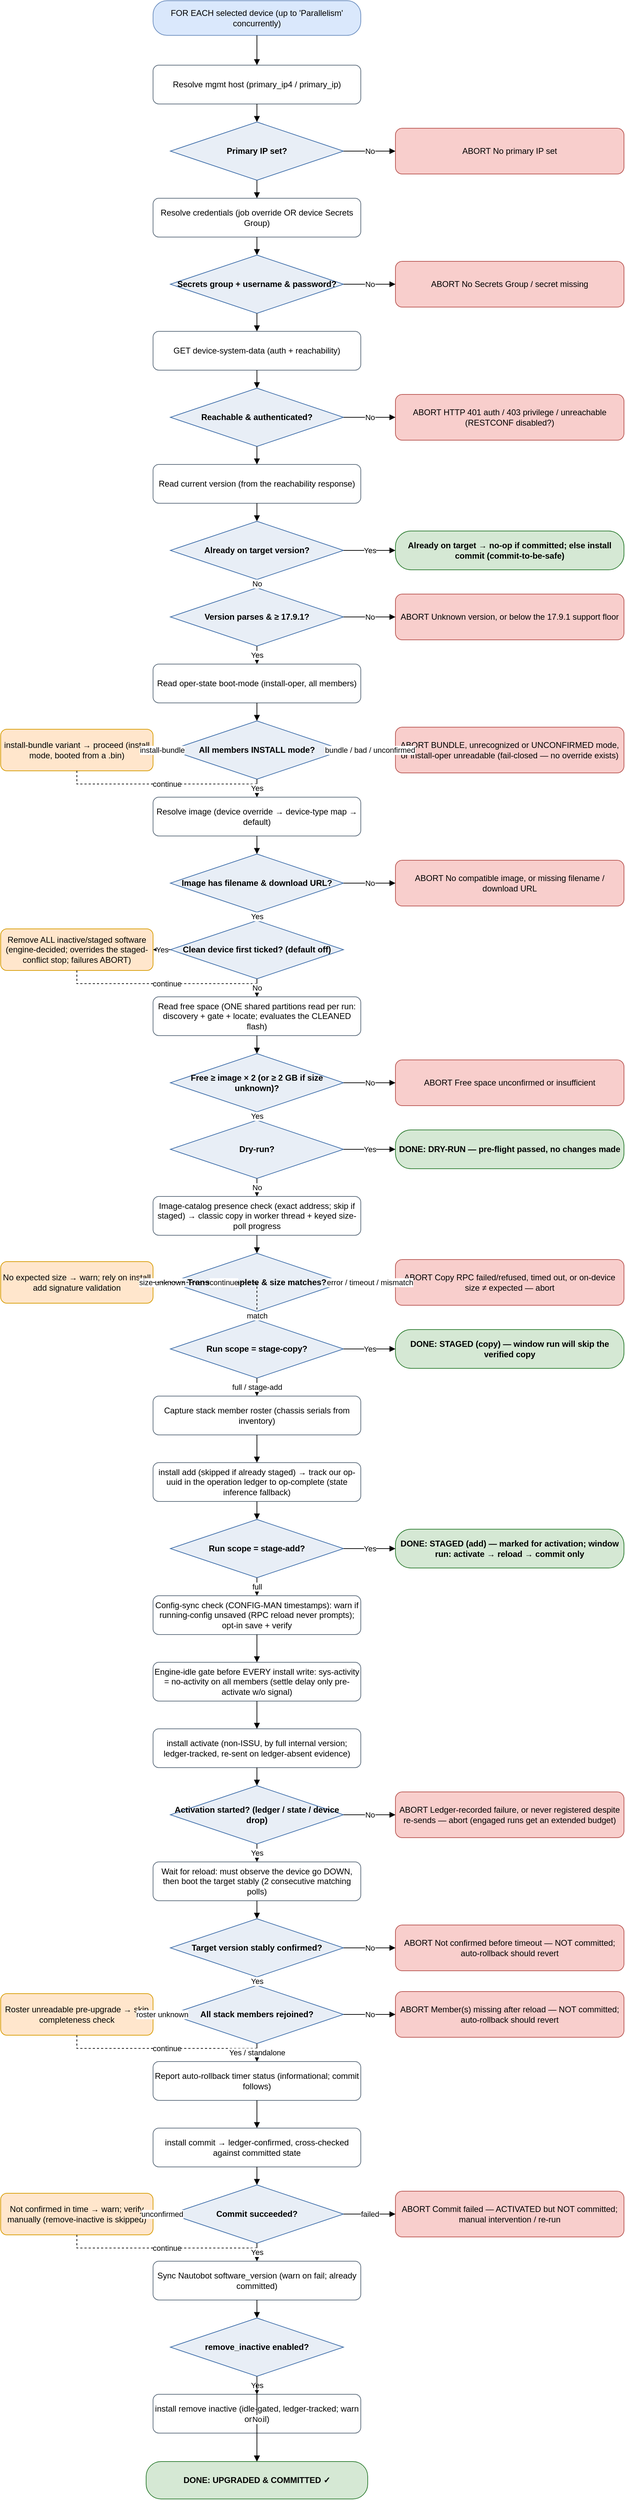
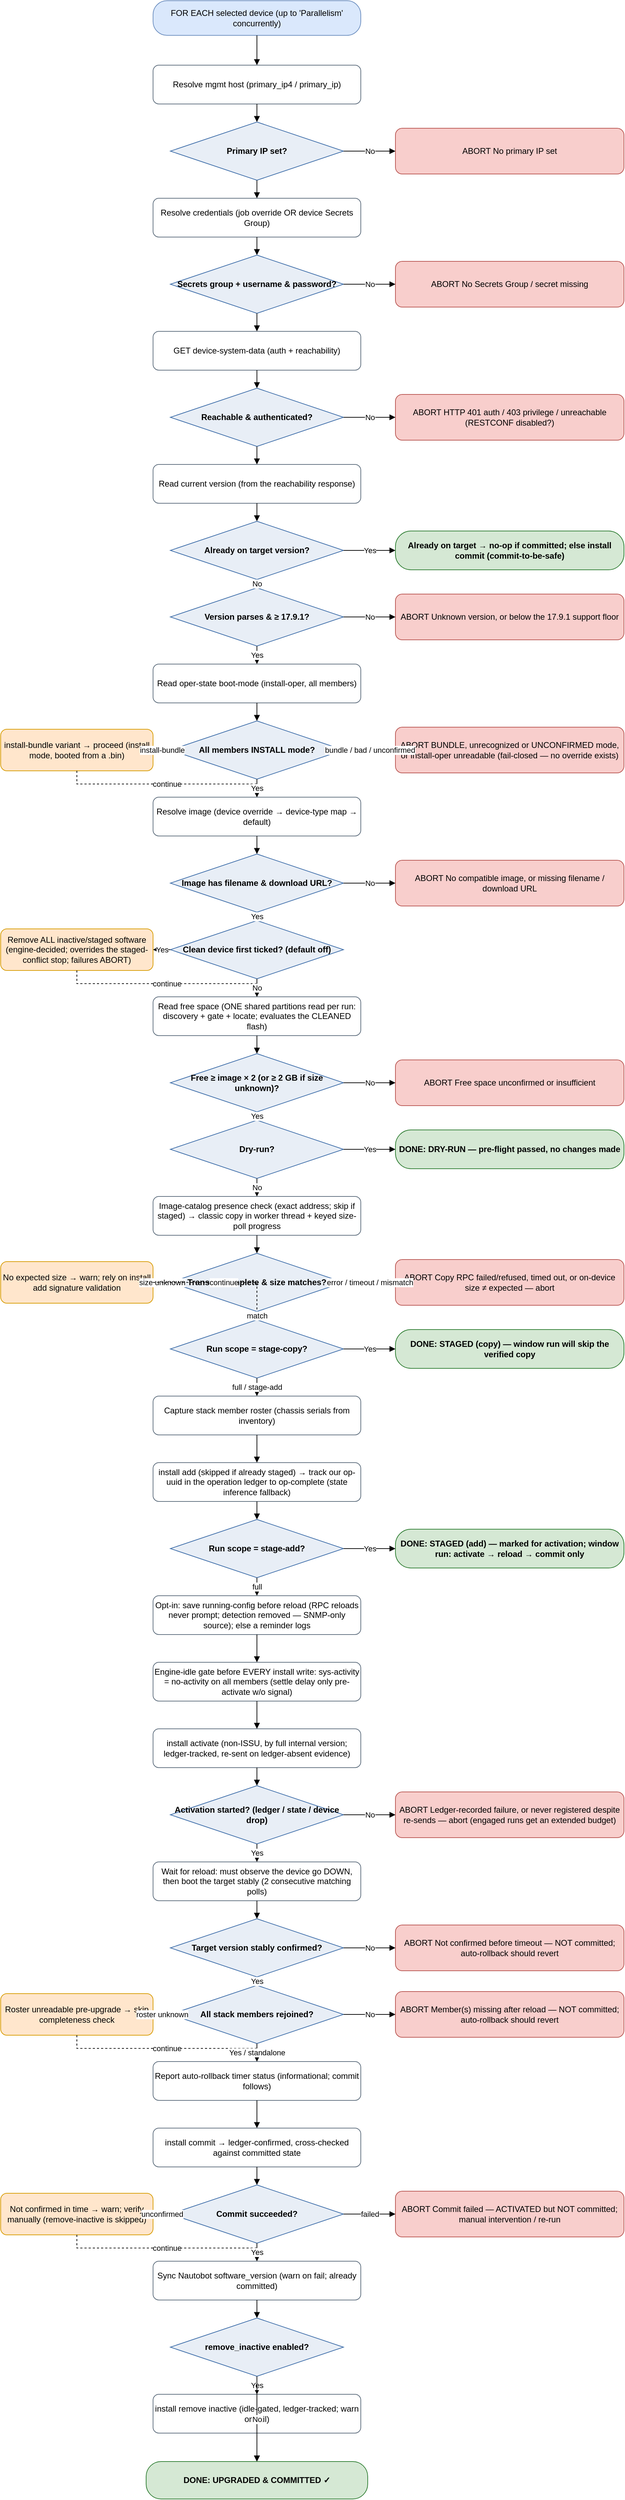
<mxfile host="app.diagrams.net" type="device">
  <diagram name="IOS-XE upgrade flow" id="iosxe-upgrade-flow">
    <mxGraphModel dx="1000" dy="2000" grid="1" gridSize="10" guides="1" tooltips="1"
        connect="1" arrows="1" fold="1" page="1" pageScale="1" math="0" shadow="0">
      <root>
        <mxCell id="0"/>
        <mxCell id="1" parent="0"/>
        <mxCell id="start" value="FOR EACH selected device&amp;#10;(up to &#x27;Parallelism&#x27; concurrently)" style="rounded=1;arcSize=40;whiteSpace=wrap;html=1;fillColor=#DAE8FC;strokeColor=#6C8EBF;" vertex="1" parent="1"><mxGeometry x="250" y="31" width="300" height="50" as="geometry"/></mxCell>
        <mxCell id="host" value="Resolve mgmt host&amp;#10;(primary_ip4 / primary_ip)" style="rounded=1;whiteSpace=wrap;html=1;fillColor=#FFFFFF;strokeColor=#5B6B7B;" vertex="1" parent="1"><mxGeometry x="250" y="124" width="300" height="56" as="geometry"/></mxCell>
        <mxCell id="d_ip" value="Primary IP set?" style="rhombus;whiteSpace=wrap;html=1;fillColor=#E8EEF6;strokeColor=#3C6CA8;fontStyle=1;" vertex="1" parent="1"><mxGeometry x="275" y="206" width="250" height="84" as="geometry"/></mxCell>
        <mxCell id="cred" value="Resolve credentials&amp;#10;(job override OR device Secrets Group)" style="rounded=1;whiteSpace=wrap;html=1;fillColor=#FFFFFF;strokeColor=#5B6B7B;" vertex="1" parent="1"><mxGeometry x="250" y="316" width="300" height="56" as="geometry"/></mxCell>
        <mxCell id="d_cred" value="Secrets group +&amp;#10;username &amp; password?" style="rhombus;whiteSpace=wrap;html=1;fillColor=#E8EEF6;strokeColor=#3C6CA8;fontStyle=1;" vertex="1" parent="1"><mxGeometry x="275" y="398" width="250" height="84" as="geometry"/></mxCell>
        <mxCell id="reach" value="GET device-system-data&amp;#10;(auth + reachability)" style="rounded=1;whiteSpace=wrap;html=1;fillColor=#FFFFFF;strokeColor=#5B6B7B;" vertex="1" parent="1"><mxGeometry x="250" y="508" width="300" height="56" as="geometry"/></mxCell>
        <mxCell id="d_reach" value="Reachable &amp;&amp;#10;authenticated?" style="rhombus;whiteSpace=wrap;html=1;fillColor=#E8EEF6;strokeColor=#3C6CA8;fontStyle=1;" vertex="1" parent="1"><mxGeometry x="275" y="590" width="250" height="84" as="geometry"/></mxCell>
        <mxCell id="curr" value="Read current version&amp;#10;(from the reachability response)" style="rounded=1;whiteSpace=wrap;html=1;fillColor=#FFFFFF;strokeColor=#5B6B7B;" vertex="1" parent="1"><mxGeometry x="250" y="700" width="300" height="56" as="geometry"/></mxCell>
        <mxCell id="d_target" value="Already on&amp;#10;target version?" style="rhombus;whiteSpace=wrap;html=1;fillColor=#E8EEF6;strokeColor=#3C6CA8;fontStyle=1;" vertex="1" parent="1"><mxGeometry x="275" y="782" width="250" height="84" as="geometry"/></mxCell>
        <mxCell id="d_floor" value="Version parses&amp;#10;&amp; ≥ 17.9.1?" style="rhombus;whiteSpace=wrap;html=1;fillColor=#E8EEF6;strokeColor=#3C6CA8;fontStyle=1;" vertex="1" parent="1"><mxGeometry x="275" y="878" width="250" height="84" as="geometry"/></mxCell>
        <mxCell id="mode" value="Read oper-state boot-mode&amp;#10;(install-oper, all members)" style="rounded=1;whiteSpace=wrap;html=1;fillColor=#FFFFFF;strokeColor=#5B6B7B;" vertex="1" parent="1"><mxGeometry x="250" y="988" width="300" height="56" as="geometry"/></mxCell>
        <mxCell id="d_mode" value="All members&amp;#10;INSTALL mode?" style="rhombus;whiteSpace=wrap;html=1;fillColor=#E8EEF6;strokeColor=#3C6CA8;fontStyle=1;" vertex="1" parent="1"><mxGeometry x="275" y="1070" width="250" height="84" as="geometry"/></mxCell>
        <mxCell id="img" value="Resolve image (device override →&amp;#10;device-type map → default)" style="rounded=1;whiteSpace=wrap;html=1;fillColor=#FFFFFF;strokeColor=#5B6B7B;" vertex="1" parent="1"><mxGeometry x="250" y="1180" width="300" height="56" as="geometry"/></mxCell>
        <mxCell id="d_img" value="Image has filename&amp;#10;&amp; download URL?" style="rhombus;whiteSpace=wrap;html=1;fillColor=#E8EEF6;strokeColor=#3C6CA8;fontStyle=1;" vertex="1" parent="1"><mxGeometry x="275" y="1262" width="250" height="84" as="geometry"/></mxCell>
        <mxCell id="d_clean" value="Clean device first&amp;#10;ticked? (default off)" style="rhombus;whiteSpace=wrap;html=1;fillColor=#E8EEF6;strokeColor=#3C6CA8;fontStyle=1;" vertex="1" parent="1"><mxGeometry x="275" y="1358" width="250" height="84" as="geometry"/></mxCell>
        <mxCell id="space" value="Read free space (ONE shared partitions&amp;#10;read per run: discovery + gate + locate;&amp;#10;evaluates the CLEANED flash)" style="rounded=1;whiteSpace=wrap;html=1;fillColor=#FFFFFF;strokeColor=#5B6B7B;" vertex="1" parent="1"><mxGeometry x="250" y="1468" width="300" height="56" as="geometry"/></mxCell>
        <mxCell id="d_space" value="Free ≥ image × 2&amp;#10;(or ≥ 2 GB if size unknown)?" style="rhombus;whiteSpace=wrap;html=1;fillColor=#E8EEF6;strokeColor=#3C6CA8;fontStyle=1;" vertex="1" parent="1"><mxGeometry x="275" y="1550" width="250" height="84" as="geometry"/></mxCell>
        <mxCell id="d_dry" value="Dry-run?" style="rhombus;whiteSpace=wrap;html=1;fillColor=#E8EEF6;strokeColor=#3C6CA8;fontStyle=1;" vertex="1" parent="1"><mxGeometry x="275" y="1646" width="250" height="84" as="geometry"/></mxCell>
        <mxCell id="copy" value="Image-catalog presence check (exact address;&amp;#10;skip if staged) → classic copy in worker&amp;#10;thread + keyed size-poll progress" style="rounded=1;whiteSpace=wrap;html=1;fillColor=#FFFFFF;strokeColor=#5B6B7B;" vertex="1" parent="1"><mxGeometry x="250" y="1756" width="300" height="56" as="geometry"/></mxCell>
        <mxCell id="d_size" value="Transfer complete&amp;#10;&amp; size matches?" style="rhombus;whiteSpace=wrap;html=1;fillColor=#E8EEF6;strokeColor=#3C6CA8;fontStyle=1;" vertex="1" parent="1"><mxGeometry x="275" y="1838" width="250" height="84" as="geometry"/></mxCell>
        <mxCell id="d_stagecopy" value="Run scope =&amp;#10;stage-copy?" style="rhombus;whiteSpace=wrap;html=1;fillColor=#E8EEF6;strokeColor=#3C6CA8;fontStyle=1;" vertex="1" parent="1"><mxGeometry x="275" y="1934" width="250" height="84" as="geometry"/></mxCell>
        <mxCell id="roster" value="Capture stack member roster&amp;#10;(chassis serials from inventory)" style="rounded=1;whiteSpace=wrap;html=1;fillColor=#FFFFFF;strokeColor=#5B6B7B;" vertex="1" parent="1"><mxGeometry x="250" y="2044" width="300" height="56" as="geometry"/></mxCell>
        <mxCell id="add" value="install add (skipped if already staged) →&amp;#10;track our op-uuid in the operation ledger&amp;#10;to op-complete (state inference fallback)" style="rounded=1;whiteSpace=wrap;html=1;fillColor=#FFFFFF;strokeColor=#5B6B7B;" vertex="1" parent="1"><mxGeometry x="250" y="2140" width="300" height="56" as="geometry"/></mxCell>
        <mxCell id="d_stageadd" value="Run scope =&amp;#10;stage-add?" style="rhombus;whiteSpace=wrap;html=1;fillColor=#E8EEF6;strokeColor=#3C6CA8;fontStyle=1;" vertex="1" parent="1"><mxGeometry x="275" y="2222" width="250" height="84" as="geometry"/></mxCell>
-         <mxCell id="cfgsync" value="Config-sync check (CONFIG-MAN timestamps):&amp;#10;warn if running-config unsaved (RPC reload&amp;#10;never prompts); opt-in save + verify" style="rounded=1;whiteSpace=wrap;html=1;fillColor=#FFFFFF;strokeColor=#5B6B7B;" vertex="1" parent="1"><mxGeometry x="250" y="2332" width="300" height="56" as="geometry"/></mxCell>
+         <mxCell id="cfgsync" value="Opt-in: save running-config before reload&amp;#10;(RPC reloads never prompt; detection removed&amp;#10;— SNMP-only source); else a reminder logs" style="rounded=1;whiteSpace=wrap;html=1;fillColor=#FFFFFF;strokeColor=#5B6B7B;" vertex="1" parent="1"><mxGeometry x="250" y="2332" width="300" height="56" as="geometry"/></mxCell>
        <mxCell id="idle" value="Engine-idle gate before EVERY install write:&amp;#10;sys-activity = no-activity on all members&amp;#10;(settle delay only pre-activate w/o signal)" style="rounded=1;whiteSpace=wrap;html=1;fillColor=#FFFFFF;strokeColor=#5B6B7B;" vertex="1" parent="1"><mxGeometry x="250" y="2428" width="300" height="56" as="geometry"/></mxCell>
        <mxCell id="act" value="install activate (non-ISSU, by full internal&amp;#10;version; ledger-tracked,&amp;#10;re-sent on ledger-absent evidence)" style="rounded=1;whiteSpace=wrap;html=1;fillColor=#FFFFFF;strokeColor=#5B6B7B;" vertex="1" parent="1"><mxGeometry x="250" y="2524" width="300" height="56" as="geometry"/></mxCell>
        <mxCell id="d_act" value="Activation started?&amp;#10;(ledger / state / device drop)" style="rhombus;whiteSpace=wrap;html=1;fillColor=#E8EEF6;strokeColor=#3C6CA8;fontStyle=1;" vertex="1" parent="1"><mxGeometry x="275" y="2606" width="250" height="84" as="geometry"/></mxCell>
        <mxCell id="waitc" value="Wait for reload: must observe the device&amp;#10;go DOWN, then boot the target stably&amp;#10;(2 consecutive matching polls)" style="rounded=1;whiteSpace=wrap;html=1;fillColor=#FFFFFF;strokeColor=#5B6B7B;" vertex="1" parent="1"><mxGeometry x="250" y="2716" width="300" height="56" as="geometry"/></mxCell>
        <mxCell id="d_confirm" value="Target version&amp;#10;stably confirmed?" style="rhombus;whiteSpace=wrap;html=1;fillColor=#E8EEF6;strokeColor=#3C6CA8;fontStyle=1;" vertex="1" parent="1"><mxGeometry x="275" y="2798" width="250" height="84" as="geometry"/></mxCell>
        <mxCell id="d_members" value="All stack members&amp;#10;rejoined?" style="rhombus;whiteSpace=wrap;html=1;fillColor=#E8EEF6;strokeColor=#3C6CA8;fontStyle=1;" vertex="1" parent="1"><mxGeometry x="275" y="2894" width="250" height="84" as="geometry"/></mxCell>
        <mxCell id="rollbackchk" value="Report auto-rollback timer status&amp;#10;(informational; commit follows)" style="rounded=1;whiteSpace=wrap;html=1;fillColor=#FFFFFF;strokeColor=#5B6B7B;" vertex="1" parent="1"><mxGeometry x="250" y="3004" width="300" height="56" as="geometry"/></mxCell>
        <mxCell id="commit" value="install commit → ledger-confirmed,&amp;#10;cross-checked against committed state" style="rounded=1;whiteSpace=wrap;html=1;fillColor=#FFFFFF;strokeColor=#5B6B7B;" vertex="1" parent="1"><mxGeometry x="250" y="3100" width="300" height="56" as="geometry"/></mxCell>
        <mxCell id="d_commit" value="Commit&amp;#10;succeeded?" style="rhombus;whiteSpace=wrap;html=1;fillColor=#E8EEF6;strokeColor=#3C6CA8;fontStyle=1;" vertex="1" parent="1"><mxGeometry x="275" y="3182" width="250" height="84" as="geometry"/></mxCell>
        <mxCell id="sync" value="Sync Nautobot software_version&amp;#10;(warn on fail; already committed)" style="rounded=1;whiteSpace=wrap;html=1;fillColor=#FFFFFF;strokeColor=#5B6B7B;" vertex="1" parent="1"><mxGeometry x="250" y="3292" width="300" height="56" as="geometry"/></mxCell>
        <mxCell id="d_remove" value="remove_inactive&amp;#10;enabled?" style="rhombus;whiteSpace=wrap;html=1;fillColor=#E8EEF6;strokeColor=#3C6CA8;fontStyle=1;" vertex="1" parent="1"><mxGeometry x="275" y="3374" width="250" height="84" as="geometry"/></mxCell>
        <mxCell id="remove" value="install remove inactive (idle-gated,&amp;#10;ledger-tracked; warn on fail)" style="rounded=1;whiteSpace=wrap;html=1;fillColor=#FFFFFF;strokeColor=#5B6B7B;" vertex="1" parent="1"><mxGeometry x="250" y="3484" width="300" height="56" as="geometry"/></mxCell>
        <mxCell id="ok" value="DONE: UPGRADED &amp; COMMITTED ✓" style="rounded=1;arcSize=40;whiteSpace=wrap;html=1;fillColor=#D5E8D4;strokeColor=#2E7D32;fontStyle=1;" vertex="1" parent="1"><mxGeometry x="240" y="3581" width="320" height="54" as="geometry"/></mxCell>
        <mxCell id="d_ip_abort" value="ABORT&amp;#10;No primary IP set" style="rounded=1;whiteSpace=wrap;html=1;fillColor=#F8CECC;strokeColor=#B85450;" vertex="1" parent="1"><mxGeometry x="600" y="215" width="330" height="66" as="geometry"/></mxCell>
        <mxCell id="d_cred_abort" value="ABORT&amp;#10;No Secrets Group / secret missing" style="rounded=1;whiteSpace=wrap;html=1;fillColor=#F8CECC;strokeColor=#B85450;" vertex="1" parent="1"><mxGeometry x="600" y="407" width="330" height="66" as="geometry"/></mxCell>
        <mxCell id="d_reach_abort" value="ABORT&amp;#10;HTTP 401 auth / 403 privilege /&amp;#10;unreachable (RESTCONF disabled?)" style="rounded=1;whiteSpace=wrap;html=1;fillColor=#F8CECC;strokeColor=#B85450;" vertex="1" parent="1"><mxGeometry x="600" y="599" width="330" height="66" as="geometry"/></mxCell>
        <mxCell id="d_target_ok" value="Already on target → no-op if committed;&amp;#10;else install commit (commit-to-be-safe)" style="rounded=1;arcSize=40;whiteSpace=wrap;html=1;fillColor=#D5E8D4;strokeColor=#2E7D32;fontStyle=1;" vertex="1" parent="1"><mxGeometry x="600" y="796" width="330" height="56" as="geometry"/></mxCell>
        <mxCell id="d_floor_abort" value="ABORT&amp;#10;Unknown version, or below the&amp;#10;17.9.1 support floor" style="rounded=1;whiteSpace=wrap;html=1;fillColor=#F8CECC;strokeColor=#B85450;" vertex="1" parent="1"><mxGeometry x="600" y="887" width="330" height="66" as="geometry"/></mxCell>
        <mxCell id="d_mode_abort" value="ABORT&amp;#10;BUNDLE, unrecognized or UNCONFIRMED&amp;#10;mode, or install-oper unreadable&amp;#10;(fail-closed — no override exists)" style="rounded=1;whiteSpace=wrap;html=1;fillColor=#F8CECC;strokeColor=#B85450;" vertex="1" parent="1"><mxGeometry x="600" y="1079" width="330" height="66" as="geometry"/></mxCell>
        <mxCell id="d_mode_warn" value="install-bundle variant → proceed&amp;#10;(install mode, booted from a .bin)" style="rounded=1;whiteSpace=wrap;html=1;fillColor=#FFE6CC;strokeColor=#D79B00;" vertex="1" parent="1"><mxGeometry x="30" y="1082" width="220" height="60" as="geometry"/></mxCell>
        <mxCell id="d_img_abort" value="ABORT&amp;#10;No compatible image, or missing&amp;#10;filename / download URL" style="rounded=1;whiteSpace=wrap;html=1;fillColor=#F8CECC;strokeColor=#B85450;" vertex="1" parent="1"><mxGeometry x="600" y="1271" width="330" height="66" as="geometry"/></mxCell>
        <mxCell id="d_clean_warn" value="Remove ALL inactive/staged software&amp;#10;(engine-decided; overrides the staged-&amp;#10;conflict stop; failures ABORT)" style="rounded=1;whiteSpace=wrap;html=1;fillColor=#FFE6CC;strokeColor=#D79B00;" vertex="1" parent="1"><mxGeometry x="30" y="1370" width="220" height="60" as="geometry"/></mxCell>
        <mxCell id="d_space_abort" value="ABORT&amp;#10;Free space unconfirmed or&amp;#10;insufficient" style="rounded=1;whiteSpace=wrap;html=1;fillColor=#F8CECC;strokeColor=#B85450;" vertex="1" parent="1"><mxGeometry x="600" y="1559" width="330" height="66" as="geometry"/></mxCell>
        <mxCell id="d_dry_ok" value="DONE: DRY-RUN — pre-flight&amp;#10;passed, no changes made" style="rounded=1;arcSize=40;whiteSpace=wrap;html=1;fillColor=#D5E8D4;strokeColor=#2E7D32;fontStyle=1;" vertex="1" parent="1"><mxGeometry x="600" y="1660" width="330" height="56" as="geometry"/></mxCell>
        <mxCell id="d_size_abort" value="ABORT&amp;#10;Copy RPC failed/refused, timed out,&amp;#10;or on-device size ≠ expected — abort" style="rounded=1;whiteSpace=wrap;html=1;fillColor=#F8CECC;strokeColor=#B85450;" vertex="1" parent="1"><mxGeometry x="600" y="1847" width="330" height="66" as="geometry"/></mxCell>
        <mxCell id="d_size_warn" value="No expected size → warn; rely on&amp;#10;install add signature validation" style="rounded=1;whiteSpace=wrap;html=1;fillColor=#FFE6CC;strokeColor=#D79B00;" vertex="1" parent="1"><mxGeometry x="30" y="1850" width="220" height="60" as="geometry"/></mxCell>
        <mxCell id="d_stagecopy_ok" value="DONE: STAGED (copy) — window run&amp;#10;will skip the verified copy" style="rounded=1;arcSize=40;whiteSpace=wrap;html=1;fillColor=#D5E8D4;strokeColor=#2E7D32;fontStyle=1;" vertex="1" parent="1"><mxGeometry x="600" y="1948" width="330" height="56" as="geometry"/></mxCell>
        <mxCell id="d_stageadd_ok" value="DONE: STAGED (add) — marked for&amp;#10;activation; window run: activate →&amp;#10;reload → commit only" style="rounded=1;arcSize=40;whiteSpace=wrap;html=1;fillColor=#D5E8D4;strokeColor=#2E7D32;fontStyle=1;" vertex="1" parent="1"><mxGeometry x="600" y="2236" width="330" height="56" as="geometry"/></mxCell>
        <mxCell id="d_act_abort" value="ABORT&amp;#10;Ledger-recorded failure, or never&amp;#10;registered despite re-sends — abort&amp;#10;(engaged runs get an extended budget)" style="rounded=1;whiteSpace=wrap;html=1;fillColor=#F8CECC;strokeColor=#B85450;" vertex="1" parent="1"><mxGeometry x="600" y="2615" width="330" height="66" as="geometry"/></mxCell>
        <mxCell id="d_confirm_abort" value="ABORT&amp;#10;Not confirmed before timeout — NOT&amp;#10;committed; auto-rollback should revert" style="rounded=1;whiteSpace=wrap;html=1;fillColor=#F8CECC;strokeColor=#B85450;" vertex="1" parent="1"><mxGeometry x="600" y="2807" width="330" height="66" as="geometry"/></mxCell>
        <mxCell id="d_members_abort" value="ABORT&amp;#10;Member(s) missing after reload — NOT&amp;#10;committed; auto-rollback should revert" style="rounded=1;whiteSpace=wrap;html=1;fillColor=#F8CECC;strokeColor=#B85450;" vertex="1" parent="1"><mxGeometry x="600" y="2903" width="330" height="66" as="geometry"/></mxCell>
        <mxCell id="d_members_warn" value="Roster unreadable pre-upgrade →&amp;#10;skip completeness check" style="rounded=1;whiteSpace=wrap;html=1;fillColor=#FFE6CC;strokeColor=#D79B00;" vertex="1" parent="1"><mxGeometry x="30" y="2906" width="220" height="60" as="geometry"/></mxCell>
        <mxCell id="d_commit_abort" value="ABORT&amp;#10;Commit failed — ACTIVATED but NOT&amp;#10;committed; manual intervention / re-run" style="rounded=1;whiteSpace=wrap;html=1;fillColor=#F8CECC;strokeColor=#B85450;" vertex="1" parent="1"><mxGeometry x="600" y="3191" width="330" height="66" as="geometry"/></mxCell>
        <mxCell id="d_commit_warn" value="Not confirmed in time → warn;&amp;#10;verify manually (remove-inactive&amp;#10;is skipped)" style="rounded=1;whiteSpace=wrap;html=1;fillColor=#FFE6CC;strokeColor=#D79B00;" vertex="1" parent="1"><mxGeometry x="30" y="3194" width="220" height="60" as="geometry"/></mxCell>
        <mxCell id="e_d_ip_abort" value="No" style="edgeStyle=orthogonalEdgeStyle;rounded=0;html=1;endArrow=block;" edge="1" parent="1" source="d_ip" target="d_ip_abort"><mxGeometry relative="1" as="geometry"/></mxCell>
        <mxCell id="e_d_cred_abort" value="No" style="edgeStyle=orthogonalEdgeStyle;rounded=0;html=1;endArrow=block;" edge="1" parent="1" source="d_cred" target="d_cred_abort"><mxGeometry relative="1" as="geometry"/></mxCell>
        <mxCell id="e_d_reach_abort" value="No" style="edgeStyle=orthogonalEdgeStyle;rounded=0;html=1;endArrow=block;" edge="1" parent="1" source="d_reach" target="d_reach_abort"><mxGeometry relative="1" as="geometry"/></mxCell>
        <mxCell id="e_d_target_ok" value="Yes" style="edgeStyle=orthogonalEdgeStyle;rounded=0;html=1;endArrow=block;" edge="1" parent="1" source="d_target" target="d_target_ok"><mxGeometry relative="1" as="geometry"/></mxCell>
        <mxCell id="e_d_floor_abort" value="No" style="edgeStyle=orthogonalEdgeStyle;rounded=0;html=1;endArrow=block;" edge="1" parent="1" source="d_floor" target="d_floor_abort"><mxGeometry relative="1" as="geometry"/></mxCell>
        <mxCell id="e_d_mode_abort" value="bundle / bad /
unconfirmed" style="edgeStyle=orthogonalEdgeStyle;rounded=0;html=1;endArrow=block;" edge="1" parent="1" source="d_mode" target="d_mode_abort"><mxGeometry relative="1" as="geometry"/></mxCell>
        <mxCell id="e_d_mode_warn" value="install-bundle" style="edgeStyle=orthogonalEdgeStyle;rounded=0;html=1;endArrow=block;" edge="1" parent="1" source="d_mode" target="d_mode_warn"><mxGeometry relative="1" as="geometry"/></mxCell>
        <mxCell id="e_d_mode_warn_join" value="continue" style="edgeStyle=orthogonalEdgeStyle;rounded=0;html=1;endArrow=block;dashed=1;" edge="1" parent="1" source="d_mode_warn" target="img"><mxGeometry relative="1" as="geometry"/></mxCell>
        <mxCell id="e_d_img_abort" value="No" style="edgeStyle=orthogonalEdgeStyle;rounded=0;html=1;endArrow=block;" edge="1" parent="1" source="d_img" target="d_img_abort"><mxGeometry relative="1" as="geometry"/></mxCell>
        <mxCell id="e_d_clean_warn" value="Yes" style="edgeStyle=orthogonalEdgeStyle;rounded=0;html=1;endArrow=block;" edge="1" parent="1" source="d_clean" target="d_clean_warn"><mxGeometry relative="1" as="geometry"/></mxCell>
        <mxCell id="e_d_clean_warn_join" value="continue" style="edgeStyle=orthogonalEdgeStyle;rounded=0;html=1;endArrow=block;dashed=1;" edge="1" parent="1" source="d_clean_warn" target="space"><mxGeometry relative="1" as="geometry"/></mxCell>
        <mxCell id="e_d_space_abort" value="No" style="edgeStyle=orthogonalEdgeStyle;rounded=0;html=1;endArrow=block;" edge="1" parent="1" source="d_space" target="d_space_abort"><mxGeometry relative="1" as="geometry"/></mxCell>
        <mxCell id="e_d_dry_ok" value="Yes" style="edgeStyle=orthogonalEdgeStyle;rounded=0;html=1;endArrow=block;" edge="1" parent="1" source="d_dry" target="d_dry_ok"><mxGeometry relative="1" as="geometry"/></mxCell>
        <mxCell id="e_d_size_abort" value="error / timeout /
mismatch" style="edgeStyle=orthogonalEdgeStyle;rounded=0;html=1;endArrow=block;" edge="1" parent="1" source="d_size" target="d_size_abort"><mxGeometry relative="1" as="geometry"/></mxCell>
        <mxCell id="e_d_size_warn" value="size unknown" style="edgeStyle=orthogonalEdgeStyle;rounded=0;html=1;endArrow=block;" edge="1" parent="1" source="d_size" target="d_size_warn"><mxGeometry relative="1" as="geometry"/></mxCell>
        <mxCell id="e_d_size_warn_join" value="continue" style="edgeStyle=orthogonalEdgeStyle;rounded=0;html=1;endArrow=block;dashed=1;" edge="1" parent="1" source="d_size_warn" target="d_stagecopy"><mxGeometry relative="1" as="geometry"/></mxCell>
        <mxCell id="e_d_stagecopy_ok" value="Yes" style="edgeStyle=orthogonalEdgeStyle;rounded=0;html=1;endArrow=block;" edge="1" parent="1" source="d_stagecopy" target="d_stagecopy_ok"><mxGeometry relative="1" as="geometry"/></mxCell>
        <mxCell id="e_d_stageadd_ok" value="Yes" style="edgeStyle=orthogonalEdgeStyle;rounded=0;html=1;endArrow=block;" edge="1" parent="1" source="d_stageadd" target="d_stageadd_ok"><mxGeometry relative="1" as="geometry"/></mxCell>
        <mxCell id="e_d_act_abort" value="No" style="edgeStyle=orthogonalEdgeStyle;rounded=0;html=1;endArrow=block;" edge="1" parent="1" source="d_act" target="d_act_abort"><mxGeometry relative="1" as="geometry"/></mxCell>
        <mxCell id="e_d_confirm_abort" value="No" style="edgeStyle=orthogonalEdgeStyle;rounded=0;html=1;endArrow=block;" edge="1" parent="1" source="d_confirm" target="d_confirm_abort"><mxGeometry relative="1" as="geometry"/></mxCell>
        <mxCell id="e_d_members_abort" value="No" style="edgeStyle=orthogonalEdgeStyle;rounded=0;html=1;endArrow=block;" edge="1" parent="1" source="d_members" target="d_members_abort"><mxGeometry relative="1" as="geometry"/></mxCell>
        <mxCell id="e_d_members_warn" value="roster unknown" style="edgeStyle=orthogonalEdgeStyle;rounded=0;html=1;endArrow=block;" edge="1" parent="1" source="d_members" target="d_members_warn"><mxGeometry relative="1" as="geometry"/></mxCell>
        <mxCell id="e_d_members_warn_join" value="continue" style="edgeStyle=orthogonalEdgeStyle;rounded=0;html=1;endArrow=block;dashed=1;" edge="1" parent="1" source="d_members_warn" target="rollbackchk"><mxGeometry relative="1" as="geometry"/></mxCell>
        <mxCell id="e_d_commit_abort" value="failed" style="edgeStyle=orthogonalEdgeStyle;rounded=0;html=1;endArrow=block;" edge="1" parent="1" source="d_commit" target="d_commit_abort"><mxGeometry relative="1" as="geometry"/></mxCell>
        <mxCell id="e_d_commit_warn" value="unconfirmed" style="edgeStyle=orthogonalEdgeStyle;rounded=0;html=1;endArrow=block;" edge="1" parent="1" source="d_commit" target="d_commit_warn"><mxGeometry relative="1" as="geometry"/></mxCell>
        <mxCell id="e_d_commit_warn_join" value="continue" style="edgeStyle=orthogonalEdgeStyle;rounded=0;html=1;endArrow=block;dashed=1;" edge="1" parent="1" source="d_commit_warn" target="sync"><mxGeometry relative="1" as="geometry"/></mxCell>
        <mxCell id="e_start_host" value="" style="edgeStyle=orthogonalEdgeStyle;rounded=0;html=1;endArrow=block;" edge="1" parent="1" source="start" target="host"><mxGeometry relative="1" as="geometry"/></mxCell>
        <mxCell id="e_host_d_ip" value="" style="edgeStyle=orthogonalEdgeStyle;rounded=0;html=1;endArrow=block;" edge="1" parent="1" source="host" target="d_ip"><mxGeometry relative="1" as="geometry"/></mxCell>
        <mxCell id="e_d_ip_cred" value="" style="edgeStyle=orthogonalEdgeStyle;rounded=0;html=1;endArrow=block;" edge="1" parent="1" source="d_ip" target="cred"><mxGeometry relative="1" as="geometry"/></mxCell>
        <mxCell id="e_cred_d_cred" value="" style="edgeStyle=orthogonalEdgeStyle;rounded=0;html=1;endArrow=block;" edge="1" parent="1" source="cred" target="d_cred"><mxGeometry relative="1" as="geometry"/></mxCell>
        <mxCell id="e_d_cred_reach" value="" style="edgeStyle=orthogonalEdgeStyle;rounded=0;html=1;endArrow=block;" edge="1" parent="1" source="d_cred" target="reach"><mxGeometry relative="1" as="geometry"/></mxCell>
        <mxCell id="e_reach_d_reach" value="" style="edgeStyle=orthogonalEdgeStyle;rounded=0;html=1;endArrow=block;" edge="1" parent="1" source="reach" target="d_reach"><mxGeometry relative="1" as="geometry"/></mxCell>
        <mxCell id="e_d_reach_curr" value="" style="edgeStyle=orthogonalEdgeStyle;rounded=0;html=1;endArrow=block;" edge="1" parent="1" source="d_reach" target="curr"><mxGeometry relative="1" as="geometry"/></mxCell>
        <mxCell id="e_curr_d_target" value="" style="edgeStyle=orthogonalEdgeStyle;rounded=0;html=1;endArrow=block;" edge="1" parent="1" source="curr" target="d_target"><mxGeometry relative="1" as="geometry"/></mxCell>
        <mxCell id="e_d_target_d_floor" value="No" style="edgeStyle=orthogonalEdgeStyle;rounded=0;html=1;endArrow=block;" edge="1" parent="1" source="d_target" target="d_floor"><mxGeometry relative="1" as="geometry"/></mxCell>
        <mxCell id="e_d_floor_mode" value="Yes" style="edgeStyle=orthogonalEdgeStyle;rounded=0;html=1;endArrow=block;" edge="1" parent="1" source="d_floor" target="mode"><mxGeometry relative="1" as="geometry"/></mxCell>
        <mxCell id="e_mode_d_mode" value="" style="edgeStyle=orthogonalEdgeStyle;rounded=0;html=1;endArrow=block;" edge="1" parent="1" source="mode" target="d_mode"><mxGeometry relative="1" as="geometry"/></mxCell>
        <mxCell id="e_d_mode_img" value="Yes" style="edgeStyle=orthogonalEdgeStyle;rounded=0;html=1;endArrow=block;" edge="1" parent="1" source="d_mode" target="img"><mxGeometry relative="1" as="geometry"/></mxCell>
        <mxCell id="e_img_d_img" value="" style="edgeStyle=orthogonalEdgeStyle;rounded=0;html=1;endArrow=block;" edge="1" parent="1" source="img" target="d_img"><mxGeometry relative="1" as="geometry"/></mxCell>
        <mxCell id="e_d_img_d_clean" value="Yes" style="edgeStyle=orthogonalEdgeStyle;rounded=0;html=1;endArrow=block;" edge="1" parent="1" source="d_img" target="d_clean"><mxGeometry relative="1" as="geometry"/></mxCell>
        <mxCell id="e_d_clean_space" value="No" style="edgeStyle=orthogonalEdgeStyle;rounded=0;html=1;endArrow=block;" edge="1" parent="1" source="d_clean" target="space"><mxGeometry relative="1" as="geometry"/></mxCell>
        <mxCell id="e_space_d_space" value="" style="edgeStyle=orthogonalEdgeStyle;rounded=0;html=1;endArrow=block;" edge="1" parent="1" source="space" target="d_space"><mxGeometry relative="1" as="geometry"/></mxCell>
        <mxCell id="e_d_space_d_dry" value="Yes" style="edgeStyle=orthogonalEdgeStyle;rounded=0;html=1;endArrow=block;" edge="1" parent="1" source="d_space" target="d_dry"><mxGeometry relative="1" as="geometry"/></mxCell>
        <mxCell id="e_d_dry_copy" value="No" style="edgeStyle=orthogonalEdgeStyle;rounded=0;html=1;endArrow=block;" edge="1" parent="1" source="d_dry" target="copy"><mxGeometry relative="1" as="geometry"/></mxCell>
        <mxCell id="e_copy_d_size" value="" style="edgeStyle=orthogonalEdgeStyle;rounded=0;html=1;endArrow=block;" edge="1" parent="1" source="copy" target="d_size"><mxGeometry relative="1" as="geometry"/></mxCell>
        <mxCell id="e_d_size_d_stagecopy" value="match" style="edgeStyle=orthogonalEdgeStyle;rounded=0;html=1;endArrow=block;" edge="1" parent="1" source="d_size" target="d_stagecopy"><mxGeometry relative="1" as="geometry"/></mxCell>
        <mxCell id="e_d_stagecopy_roster" value="full / stage-add" style="edgeStyle=orthogonalEdgeStyle;rounded=0;html=1;endArrow=block;" edge="1" parent="1" source="d_stagecopy" target="roster"><mxGeometry relative="1" as="geometry"/></mxCell>
        <mxCell id="e_roster_add" value="" style="edgeStyle=orthogonalEdgeStyle;rounded=0;html=1;endArrow=block;" edge="1" parent="1" source="roster" target="add"><mxGeometry relative="1" as="geometry"/></mxCell>
        <mxCell id="e_add_d_stageadd" value="" style="edgeStyle=orthogonalEdgeStyle;rounded=0;html=1;endArrow=block;" edge="1" parent="1" source="add" target="d_stageadd"><mxGeometry relative="1" as="geometry"/></mxCell>
        <mxCell id="e_d_stageadd_cfgsync" value="full" style="edgeStyle=orthogonalEdgeStyle;rounded=0;html=1;endArrow=block;" edge="1" parent="1" source="d_stageadd" target="cfgsync"><mxGeometry relative="1" as="geometry"/></mxCell>
        <mxCell id="e_cfgsync_idle" value="" style="edgeStyle=orthogonalEdgeStyle;rounded=0;html=1;endArrow=block;" edge="1" parent="1" source="cfgsync" target="idle"><mxGeometry relative="1" as="geometry"/></mxCell>
        <mxCell id="e_idle_act" value="" style="edgeStyle=orthogonalEdgeStyle;rounded=0;html=1;endArrow=block;" edge="1" parent="1" source="idle" target="act"><mxGeometry relative="1" as="geometry"/></mxCell>
        <mxCell id="e_act_d_act" value="" style="edgeStyle=orthogonalEdgeStyle;rounded=0;html=1;endArrow=block;" edge="1" parent="1" source="act" target="d_act"><mxGeometry relative="1" as="geometry"/></mxCell>
        <mxCell id="e_d_act_waitc" value="Yes" style="edgeStyle=orthogonalEdgeStyle;rounded=0;html=1;endArrow=block;" edge="1" parent="1" source="d_act" target="waitc"><mxGeometry relative="1" as="geometry"/></mxCell>
        <mxCell id="e_waitc_d_confirm" value="" style="edgeStyle=orthogonalEdgeStyle;rounded=0;html=1;endArrow=block;" edge="1" parent="1" source="waitc" target="d_confirm"><mxGeometry relative="1" as="geometry"/></mxCell>
        <mxCell id="e_d_confirm_d_members" value="Yes" style="edgeStyle=orthogonalEdgeStyle;rounded=0;html=1;endArrow=block;" edge="1" parent="1" source="d_confirm" target="d_members"><mxGeometry relative="1" as="geometry"/></mxCell>
        <mxCell id="e_d_members_rollbackchk" value="Yes / standalone" style="edgeStyle=orthogonalEdgeStyle;rounded=0;html=1;endArrow=block;" edge="1" parent="1" source="d_members" target="rollbackchk"><mxGeometry relative="1" as="geometry"/></mxCell>
        <mxCell id="e_rollbackchk_commit" value="" style="edgeStyle=orthogonalEdgeStyle;rounded=0;html=1;endArrow=block;" edge="1" parent="1" source="rollbackchk" target="commit"><mxGeometry relative="1" as="geometry"/></mxCell>
        <mxCell id="e_commit_d_commit" value="" style="edgeStyle=orthogonalEdgeStyle;rounded=0;html=1;endArrow=block;" edge="1" parent="1" source="commit" target="d_commit"><mxGeometry relative="1" as="geometry"/></mxCell>
        <mxCell id="e_d_commit_sync" value="Yes" style="edgeStyle=orthogonalEdgeStyle;rounded=0;html=1;endArrow=block;" edge="1" parent="1" source="d_commit" target="sync"><mxGeometry relative="1" as="geometry"/></mxCell>
        <mxCell id="e_sync_d_remove" value="" style="edgeStyle=orthogonalEdgeStyle;rounded=0;html=1;endArrow=block;" edge="1" parent="1" source="sync" target="d_remove"><mxGeometry relative="1" as="geometry"/></mxCell>
        <mxCell id="e_remove_yes" value="Yes" style="edgeStyle=orthogonalEdgeStyle;rounded=0;html=1;endArrow=block;" edge="1" parent="1" source="d_remove" target="remove"><mxGeometry relative="1" as="geometry"/></mxCell>
        <mxCell id="e_remove_ok" value="" style="edgeStyle=orthogonalEdgeStyle;rounded=0;html=1;endArrow=block;" edge="1" parent="1" source="remove" target="ok"><mxGeometry relative="1" as="geometry"/></mxCell>
        <mxCell id="e_remove_no" value="No" style="edgeStyle=orthogonalEdgeStyle;rounded=0;html=1;endArrow=block;" edge="1" parent="1" source="d_remove" target="ok"><mxGeometry relative="1" as="geometry"/></mxCell>
      </root>
    </mxGraphModel>
  </diagram>
</mxfile>
